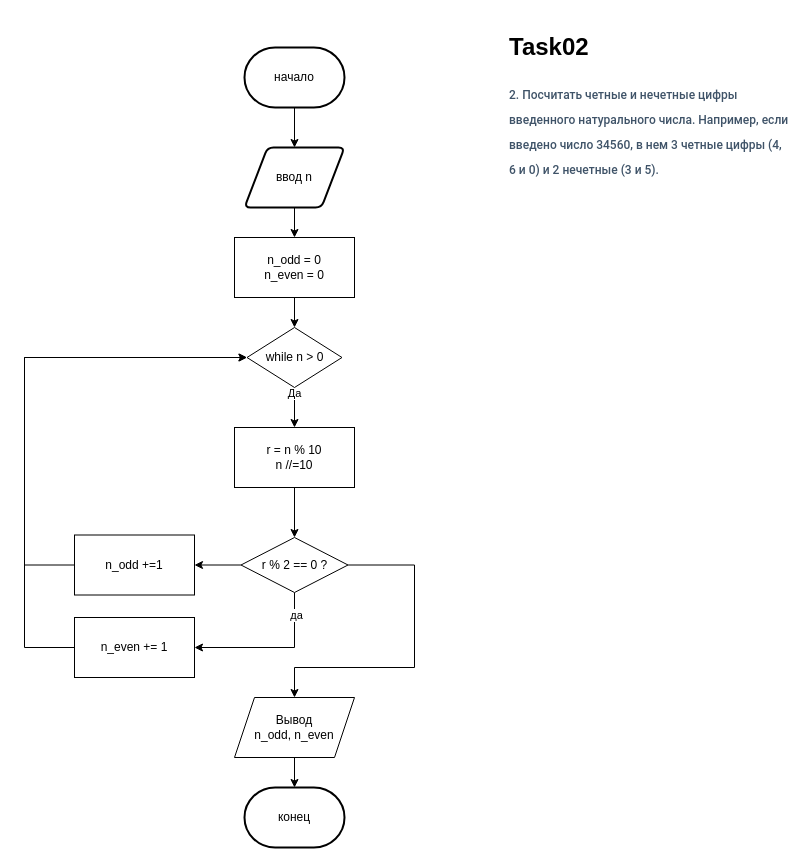
Earlier version of the draw.io diagram page "Task02" (2 of 3) of homeworks/les02/les02.drawio (alex-chin/GB_Python_algorithms). Source tidied: cells renumbered, new cells numbered last; positions are measured from the earlier drawing's top-left corner, leaving out a move shared by most shapes. Both pictures are drawn from the tidied source at 100%, with x=0, y=0 at pixel (24, 27).
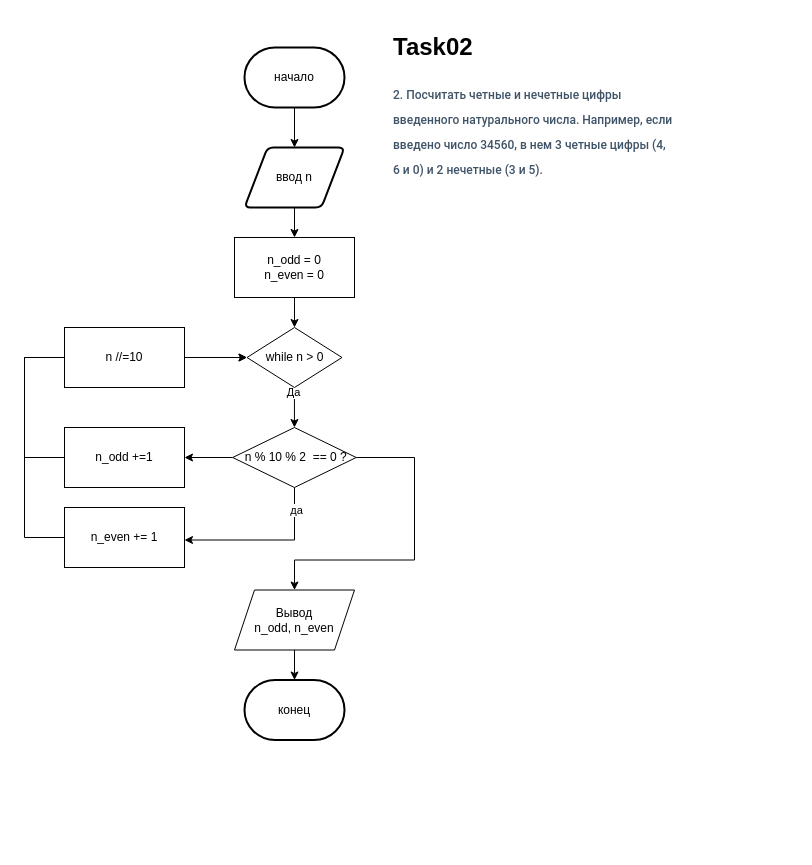
After the change.

The change refers to these unchanged cells:
```xml
<mxCell id="9" value="while n &amp;gt; 0" style="rhombus;whiteSpace=wrap;html=1;" parent="1" vertex="1">
  <mxGeometry x="222.5" y="300" width="95" height="60" as="geometry" />
</mxCell>
```

Change to the diagram source:
```diff
@@
     <mxCell id="2" value="&lt;h1&gt;Task02&lt;/h1&gt;&lt;h3 style=&quot;box-sizing: border-box ; font-family: &amp;#34;roboto&amp;#34; , &amp;#34;san francisco&amp;#34; , &amp;#34;helvetica neue&amp;#34; , &amp;#34;helvetica&amp;#34; , &amp;#34;arial&amp;#34; ; font-weight: 500 ; line-height: 24px ; color: rgb(63 , 83 , 104) ; margin-top: 20px ; margin-bottom: 10px ; background-color: rgb(255 , 255 , 255)&quot;&gt;&lt;font style=&quot;font-size: 12px&quot;&gt;2. Посчитать четные и нечетные цифры введенного натурального числа. Например, если введено число 34560, в нем 3 четные цифры (4, 6 и 0) и 2 нечетные (3 и 5).&lt;/font&gt;&lt;/h3&gt;" style="text;html=1;strokeColor=none;fillColor=none;spacing=5;spacingTop=-20;whiteSpace=wrap;overflow=hidden;rounded=0;" parent="1" vertex="1">
-      <mxGeometry x="480" width="290" height="160" as="geometry" />
+      <mxGeometry x="364" width="290" height="160" as="geometry" />
     </mxCell>
@@
-    <mxCell id="7" style="edgeStyle=orthogonalEdgeStyle;rounded=0;jettySize=auto;html=1;" parent="1" edge="1" source="9" target="11">
+    <mxCell id="7" style="edgeStyle=orthogonalEdgeStyle;rounded=0;jettySize=auto;html=1;entryX=0.5;entryY=0;entryDx=0;entryDy=0;" parent="1" edge="1" source="9" target="18">
       <mxGeometry relative="1" as="geometry" />
     </mxCell>
@@
-    <mxCell id="10" style="edgeStyle=orthogonalEdgeStyle;rounded=0;jettySize=auto;html=1;" parent="1" edge="1" source="11" target="18">
-      <mxGeometry relative="1" as="geometry" />
-    </mxCell>
-    <mxCell id="11" value="r = n % 10&lt;br&gt;n //=10" style="whiteSpace=wrap;html=1;" parent="1" vertex="1">
-      <mxGeometry x="210" y="400" width="120" height="60" as="geometry" />
-    </mxCell>
@@
     <mxCell id="14" style="edgeStyle=orthogonalEdgeStyle;rounded=0;jettySize=auto;html=1;" parent="1" edge="1" source="18" target="20">
       <mxGeometry relative="1" as="geometry">
         <Array as="points">
-          <mxPoint x="270" y="620" />
+          <mxPoint x="270" y="512.5" />
         </Array>
       </mxGeometry>
     </mxCell>
@@
     <mxCell id="17" style="edgeStyle=orthogonalEdgeStyle;rounded=0;jettySize=auto;html=1;entryX=0.5;entryY=0;entryDx=0;entryDy=0;" parent="1" edge="1" source="18" target="24">
       <mxGeometry relative="1" as="geometry">
         <Array as="points">
-          <mxPoint x="390" y="538" />
-          <mxPoint x="390" y="640" />
-          <mxPoint x="270" y="640" />
+          <mxPoint x="390" y="430.5" />
+          <mxPoint x="390" y="532.5" />
+          <mxPoint x="270" y="532.5" />
         </Array>
       </mxGeometry>
     </mxCell>
-    <mxCell id="18" value="r % 2 == 0 ?" style="rhombus;whiteSpace=wrap;html=1;" parent="1" vertex="1">
-      <mxGeometry x="216.5" y="510" width="107" height="55" as="geometry" />
+    <mxCell id="18" value="&amp;nbsp;n % 10 % 2&amp;nbsp;&amp;nbsp;== 0 ?" style="rhombus;whiteSpace=wrap;html=1;" parent="1" vertex="1">
+      <mxGeometry x="208.2" y="400" width="123.5" height="60" as="geometry" />
     </mxCell>
     <mxCell id="19" style="edgeStyle=orthogonalEdgeStyle;rounded=0;jettySize=auto;html=1;entryX=0;entryY=0.5;entryDx=0;entryDy=0;" parent="1" edge="1" source="20" target="9">
       <mxGeometry relative="1" as="geometry">
         <Array as="points">
-          <mxPoint y="620" />
+          <mxPoint y="510" />
           <mxPoint y="330" />
         </Array>
       </mxGeometry>
     </mxCell>
     <mxCell id="20" value="n_even += 1" style="rounded=0;whiteSpace=wrap;html=1;" parent="1" vertex="1">
-      <mxGeometry x="50" y="590" width="120" height="60" as="geometry" />
+      <mxGeometry x="40" y="480" width="120" height="60" as="geometry" />
     </mxCell>
-    <mxCell id="21" style="edgeStyle=orthogonalEdgeStyle;rounded=0;jettySize=auto;html=1;entryX=0;entryY=0.5;entryDx=0;entryDy=0;" parent="1" edge="1" source="22" target="9">
+    <mxCell id="21" style="edgeStyle=orthogonalEdgeStyle;rounded=0;jettySize=auto;html=1;entryX=0;entryY=0.5;entryDx=0;entryDy=0;exitX=0;exitY=0.5;exitDx=0;exitDy=0;" parent="1" edge="1" source="22" target="9">
       <mxGeometry relative="1" as="geometry">
         <Array as="points">
-          <mxPoint y="538" />
+          <mxPoint y="430" />
           <mxPoint y="330" />
         </Array>
       </mxGeometry>
     </mxCell>
     <mxCell id="22" value="n_odd +=1" style="rounded=0;whiteSpace=wrap;html=1;" parent="1" vertex="1">
-      <mxGeometry x="50" y="507.5" width="120" height="60" as="geometry" />
+      <mxGeometry x="40" y="400" width="120" height="60" as="geometry" />
     </mxCell>
@@
     <mxCell id="24" value="Вывод&lt;br&gt;n_odd, n_even" style="shape=parallelogram;perimeter=parallelogramPerimeter;whiteSpace=wrap;html=1;fixedSize=1;" parent="1" vertex="1">
-      <mxGeometry x="210" y="670" width="120" height="60" as="geometry" />
+      <mxGeometry x="210" y="562.5" width="120" height="60" as="geometry" />
     </mxCell>
     <mxCell id="25" value="конец" style="strokeWidth=2;html=1;shape=mxgraph.flowchart.terminator;whiteSpace=wrap;" parent="1" vertex="1">
-      <mxGeometry x="220" y="760" width="100" height="60" as="geometry" />
+      <mxGeometry x="220" y="652.5" width="100" height="60" as="geometry" />
     </mxCell>
+    <mxCell id="26" value="n //=10" style="whiteSpace=wrap;html=1;" parent="1" vertex="1">
+      <mxGeometry x="40" y="300" width="120" height="60" as="geometry" />
+    </mxCell>
```
